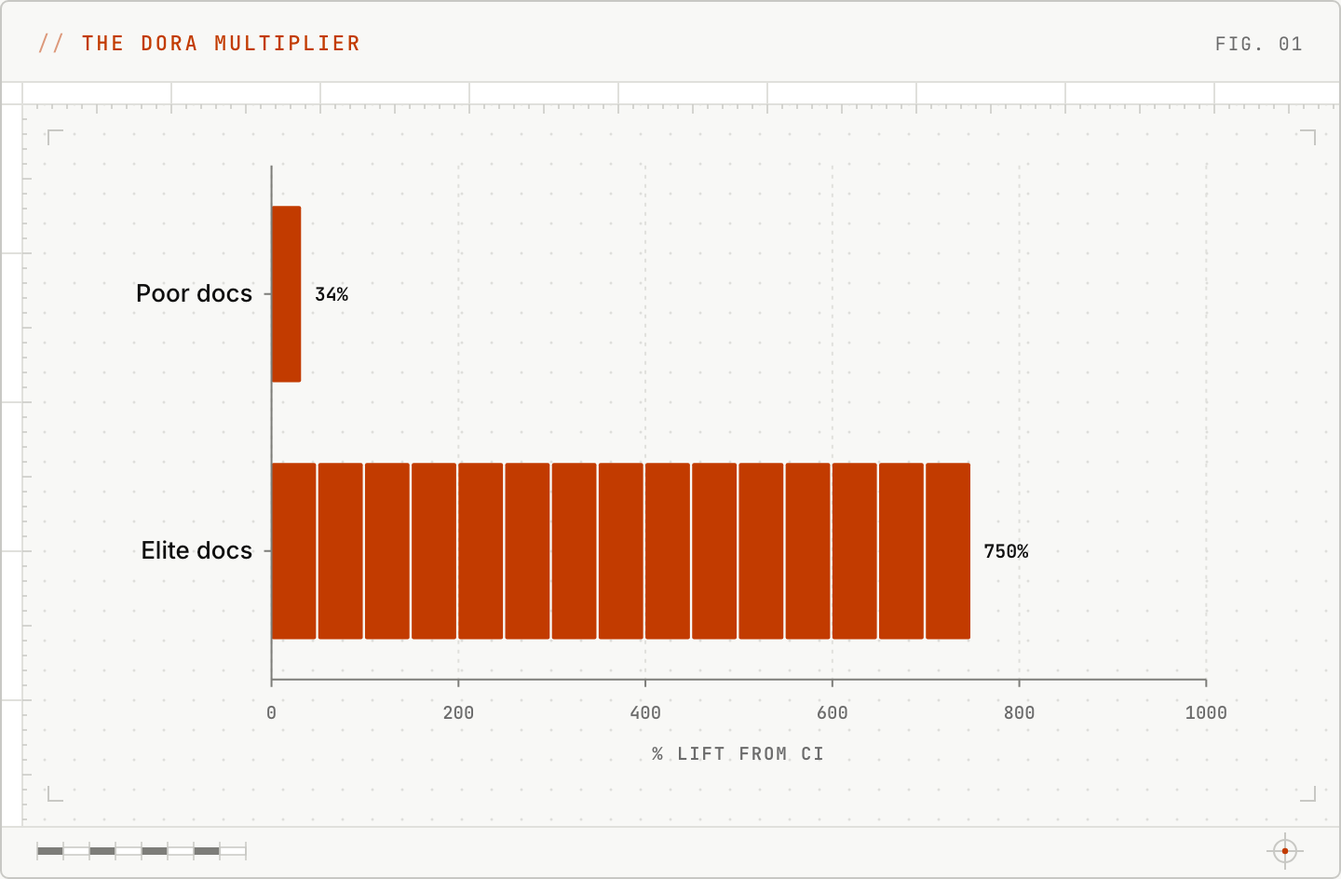
Above: static/images/diagrams/documentation-velocity/dora-multiplier.light.png in ninadpathak/ninadpathak (Mermaid), before the change. Its source is kept beside it as content/diagrams/documentation-velocity/dora-multiplier.mmd.
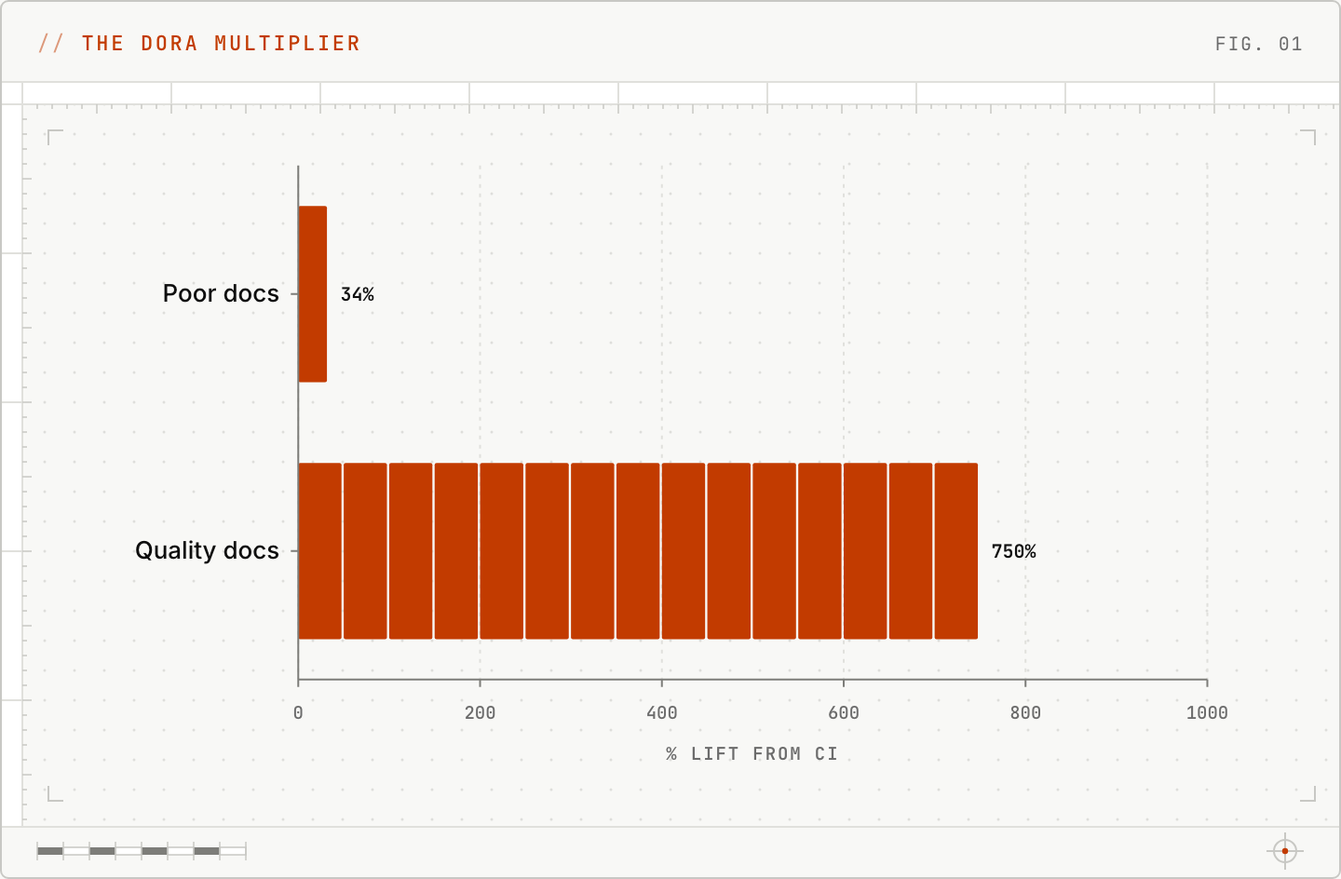
After the commit.

Change to the diagram source:
```diff
@@ -1,4 +1,4 @@
 xychart-beta horizontal
-  x-axis ["Poor docs", "Elite docs"]
+  x-axis ["Poor docs", "Quality docs"]
   y-axis "% lift from CI" 0 --> 1000
   bar [34, 750]
```
